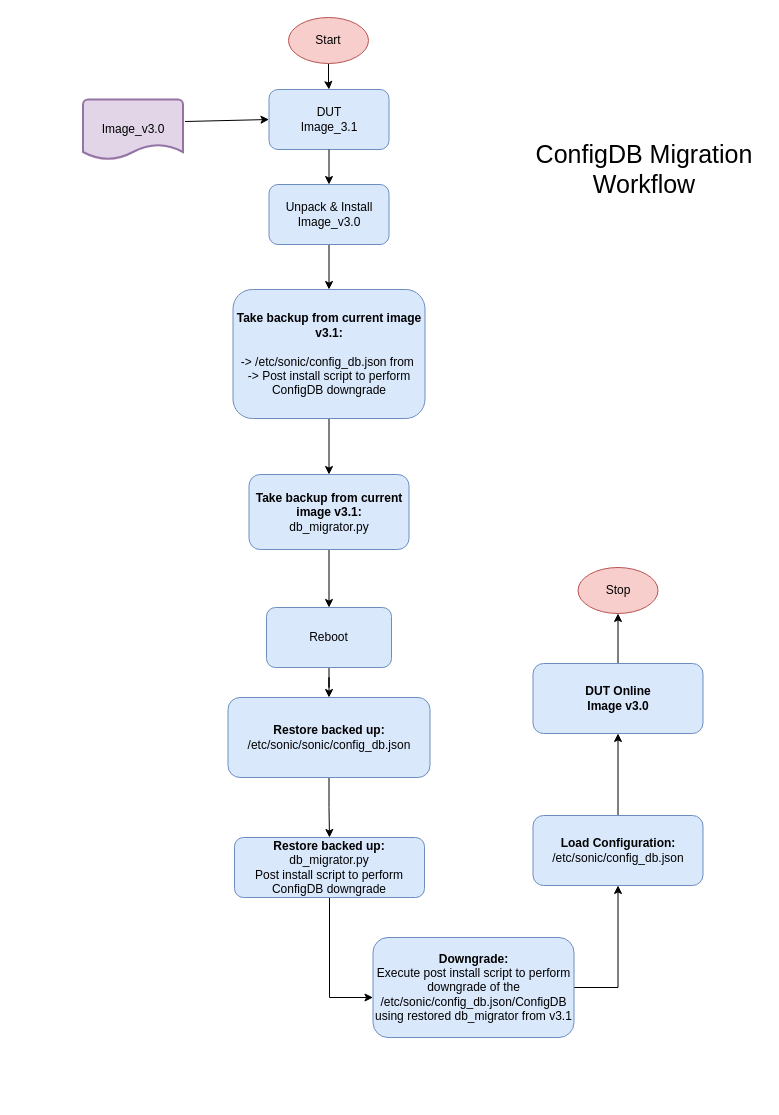
This is manageability/images/ConfigDB_VersionMigration.drawio from sg893052/sonic-buildimage, a draw.io file, before an edit. Source tidied: cells renumbered, new cells numbered last; positions are measured from the earlier drawing's top-left corner, leaving out a move shared by most shapes. Both pictures are drawn from the tidied source at 100%, with x=0, y=0 at pixel (83, 17).
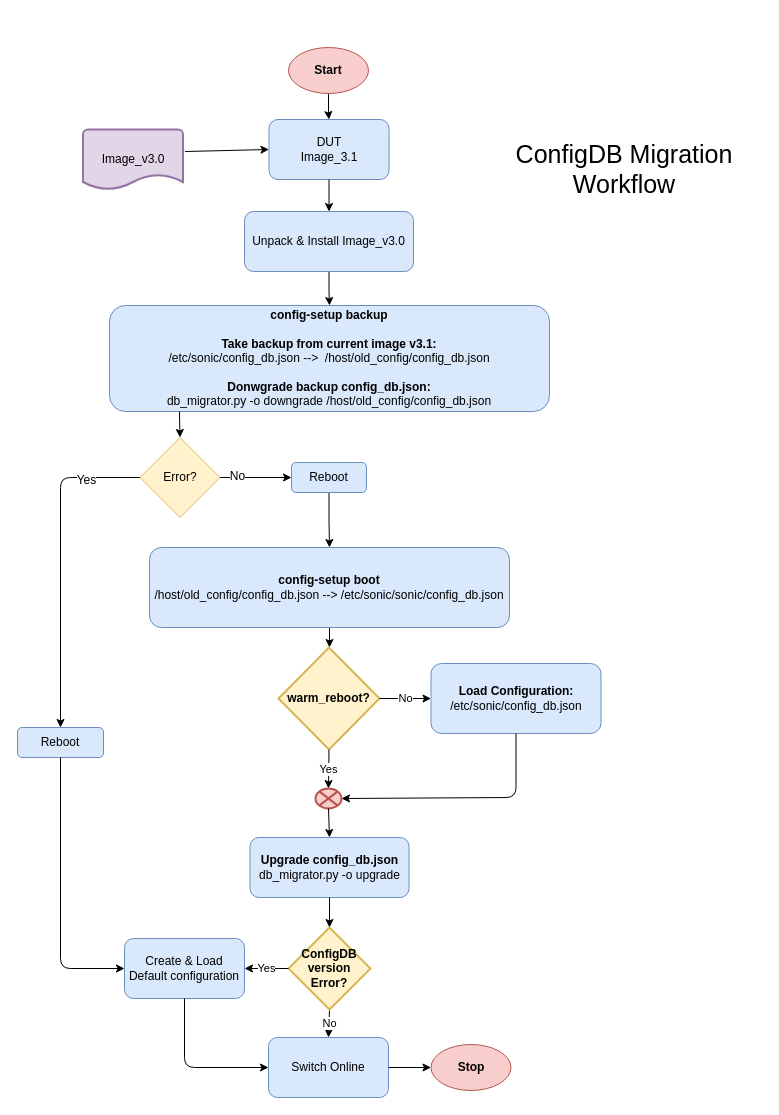
Above is the later version.

Diff of the diagram source:
```diff
@@
     <mxCell id="2" value="DUT&lt;br&gt;Image_3.1" style="rounded=1;whiteSpace=wrap;html=1;fillColor=#dae8fc;strokeColor=#6c8ebf;" parent="1" vertex="1">
-      <mxGeometry x="185.5" y="72" width="120" height="60" as="geometry" />
+      <mxGeometry x="185.5" y="102" width="120" height="60" as="geometry" />
     </mxCell>
@@
     <mxCell id="4" value="Image_v3.0" style="strokeWidth=2;html=1;shape=mxgraph.flowchart.document2;whiteSpace=wrap;size=0.25;fillColor=#e1d5e7;strokeColor=#9673a6;" parent="1" vertex="1">
-      <mxGeometry x="-0.5" y="82" width="100" height="60" as="geometry" />
+      <mxGeometry x="-0.5" y="112" width="100" height="60" as="geometry" />
     </mxCell>
@@
     <mxCell id="7" value="Unpack &amp;amp; Install Image_v3.0" style="rounded=1;whiteSpace=wrap;html=1;fillColor=#dae8fc;strokeColor=#6c8ebf;" parent="1" vertex="1">
-      <mxGeometry x="185.5" y="167" width="120" height="60" as="geometry" />
+      <mxGeometry x="161" y="194" width="169" height="60" as="geometry" />
     </mxCell>
-    <mxCell id="8" style="edgeStyle=orthogonalEdgeStyle;rounded=0;jettySize=auto;html=1;entryX=0.5;entryY=0;entryDx=0;entryDy=0;" parent="1" edge="1" source="9" target="23">
-      <mxGeometry relative="1" as="geometry" />
-    </mxCell>
-    <mxCell id="9" value="&lt;b&gt;Take backup from current image v3.1:&lt;br&gt;&lt;/b&gt;&lt;br&gt;-&amp;gt; /etc/sonic/config_db.json from&amp;nbsp;&lt;br&gt;-&amp;gt; Post install script to perform ConfigDB downgrade" style="rounded=1;whiteSpace=wrap;html=1;fillColor=#dae8fc;strokeColor=#6c8ebf;" parent="1" vertex="1">
-      <mxGeometry x="149.5" y="272" width="192" height="129" as="geometry" />
+    <mxCell id="9" value="&lt;b&gt;config-setup backup&lt;br&gt;&lt;br&gt;Take backup from current image v3.1:&lt;br&gt;&lt;/b&gt;/etc/sonic/config_db.json --&amp;gt;&amp;nbsp;&amp;nbsp;/host/old_config/config_db.json&lt;br&gt;&lt;br&gt;&lt;b&gt;Donwgrade backup config_db.json:&lt;/b&gt;&lt;br&gt;db_migrator.py -o downgrade /host/old_config/config_db.json" style="rounded=1;whiteSpace=wrap;html=1;fillColor=#dae8fc;strokeColor=#6c8ebf;" parent="1" vertex="1">
+      <mxGeometry x="26" y="288" width="440" height="106" as="geometry" />
     </mxCell>
@@
     <mxCell id="11" value="Reboot" style="rounded=1;whiteSpace=wrap;html=1;fillColor=#dae8fc;strokeColor=#6c8ebf;" parent="1" vertex="1">
-      <mxGeometry x="183" y="590" width="125" height="60" as="geometry" />
+      <mxGeometry x="208" y="445" width="75" height="30" as="geometry" />
     </mxCell>
-    <mxCell id="12" style="edgeStyle=orthogonalEdgeStyle;rounded=0;jettySize=auto;html=1;exitX=0.5;exitY=1;exitDx=0;exitDy=0;entryX=0;entryY=0.6;entryDx=0;entryDy=0;entryPerimeter=0;" parent="1" edge="1" source="21" target="16">
-      <mxGeometry relative="1" as="geometry" />
-    </mxCell>
-    <mxCell id="13" style="edgeStyle=orthogonalEdgeStyle;rounded=0;jettySize=auto;html=1;entryX=0.5;entryY=0;entryDx=0;entryDy=0;" parent="1" edge="1" source="14" target="21">
+    <mxCell id="13" style="edgeStyle=orthogonalEdgeStyle;rounded=0;jettySize=auto;html=1;entryX=0.5;entryY=0;entryDx=0;entryDy=0;" parent="1" edge="1" source="14" target="28">
       <mxGeometry relative="1" as="geometry" />
     </mxCell>
-    <mxCell id="14" value="&lt;b&gt;Restore backed up:&lt;/b&gt;&lt;br&gt;/etc/sonic/sonic/config_db.json" style="rounded=1;whiteSpace=wrap;html=1;fillColor=#dae8fc;strokeColor=#6c8ebf;" parent="1" vertex="1">
-      <mxGeometry x="144.5" y="680" width="202" height="80" as="geometry" />
+    <mxCell id="14" value="&lt;b&gt;config-setup&amp;nbsp;boot&lt;/b&gt;&lt;br&gt;/host/old_config/config_db.json --&amp;gt; /etc/sonic/sonic/config_db.json" style="rounded=1;whiteSpace=wrap;html=1;fillColor=#dae8fc;strokeColor=#6c8ebf;" parent="1" vertex="1">
+      <mxGeometry x="66" y="530" width="360" height="80" as="geometry" />
     </mxCell>
-    <mxCell id="15" style="edgeStyle=orthogonalEdgeStyle;rounded=0;jettySize=auto;html=1;exitX=1;exitY=0.5;exitDx=0;exitDy=0;" parent="1" edge="1" source="16" target="18">
-      <mxGeometry relative="1" as="geometry" />
-    </mxCell>
-    <mxCell id="16" value="&lt;b&gt;Downgrade:&lt;/b&gt;&lt;br&gt;Execute post install script to perform downgrade of the /etc/sonic/config_db.json/ConfigDB using restored db_migrator from v3.1" style="rounded=1;whiteSpace=wrap;html=1;fillColor=#dae8fc;strokeColor=#6c8ebf;" parent="1" vertex="1">
-      <mxGeometry x="289.5" y="920" width="201" height="100" as="geometry" />
-    </mxCell>
-    <mxCell id="17" style="edgeStyle=orthogonalEdgeStyle;rounded=0;jettySize=auto;html=1;" parent="1" edge="1" source="18" target="20">
-      <mxGeometry relative="1" as="geometry" />
-    </mxCell>
     <mxCell id="18" value="&lt;b&gt;Load Configuration:&lt;/b&gt;&lt;br&gt;/etc/sonic/config_db.json" style="rounded=1;whiteSpace=wrap;html=1;fillColor=#dae8fc;strokeColor=#6c8ebf;" parent="1" vertex="1">
-      <mxGeometry x="449.5" y="798" width="170" height="70" as="geometry" />
+      <mxGeometry x="347.5" y="646" width="170" height="70" as="geometry" />
     </mxCell>
-    <mxCell id="19" style="edgeStyle=orthogonalEdgeStyle;rounded=0;jettySize=auto;html=1;" parent="1" edge="1" source="20" target="24">
-      <mxGeometry relative="1" as="geometry" />
-    </mxCell>
-    <mxCell id="20" value="&lt;b&gt;DUT Online&lt;br&gt;Image v3.0&lt;br&gt;&lt;/b&gt;" style="rounded=1;whiteSpace=wrap;html=1;fillColor=#dae8fc;strokeColor=#6c8ebf;" parent="1" vertex="1">
-      <mxGeometry x="449.5" y="646" width="170" height="70" as="geometry" />
-    </mxCell>
-    <mxCell id="21" value="&lt;b&gt;Restore backed up:&lt;/b&gt;&lt;br&gt;db_migrator.py&lt;br&gt;Post install script to perform ConfigDB downgrade" style="rounded=1;whiteSpace=wrap;html=1;fillColor=#dae8fc;strokeColor=#6c8ebf;" parent="1" vertex="1">
-      <mxGeometry x="151" y="820" width="190" height="60" as="geometry" />
-    </mxCell>
-    <mxCell id="22" style="edgeStyle=orthogonalEdgeStyle;rounded=0;jettySize=auto;html=1;entryX=0.5;entryY=0;entryDx=0;entryDy=0;" parent="1" edge="1" source="23" target="11">
-      <mxGeometry relative="1" as="geometry" />
-    </mxCell>
-    <mxCell id="23" value="&lt;b&gt;Take backup from current image v3.1:&lt;br&gt;&lt;/b&gt;db_migrator.py" style="rounded=1;whiteSpace=wrap;html=1;fillColor=#dae8fc;strokeColor=#6c8ebf;" parent="1" vertex="1">
-      <mxGeometry x="165.5" y="457" width="160" height="75" as="geometry" />
-    </mxCell>
-    <mxCell id="24" value="Stop" style="ellipse;whiteSpace=wrap;html=1;fillColor=#f8cecc;strokeColor=#b85450;" parent="1" vertex="1">
-      <mxGeometry x="494.5" y="550" width="80" height="46" as="geometry" />
-    </mxCell>
@@
-    <mxCell id="26" value="Start" style="ellipse;whiteSpace=wrap;html=1;fillColor=#f8cecc;strokeColor=#b85450;" parent="1" vertex="1">
-      <mxGeometry x="205" width="80" height="46" as="geometry" />
+    <mxCell id="26" value="&lt;b&gt;Start&lt;/b&gt;" style="ellipse;whiteSpace=wrap;html=1;fillColor=#f8cecc;strokeColor=#b85450;" parent="1" vertex="1">
+      <mxGeometry x="205" y="30" width="80" height="46" as="geometry" />
     </mxCell>
     <mxCell id="27" value="&lt;font style=&quot;font-size: 25px&quot;&gt;ConfigDB Migration Workflow&lt;/font&gt;" style="text;html=1;strokeColor=none;fillColor=none;align=center;verticalAlign=middle;whiteSpace=wrap;rounded=0;" parent="1" vertex="1">
-      <mxGeometry x="444" y="102" width="234" height="98" as="geometry" />
+      <mxGeometry x="424" y="102" width="234" height="98" as="geometry" />
     </mxCell>
+    <mxCell id="28" value="&lt;b&gt;warm_reboot?&lt;/b&gt;" style="rhombus;whiteSpace=wrap;html=1;fillColor=#fff2cc;strokeColor=#d6b656;gradientColor=none;strokeWidth=2;" parent="1" vertex="1">
+      <mxGeometry x="195" y="630" width="101" height="102" as="geometry" />
+    </mxCell>
+    <mxCell id="29" value="Yes" style="endArrow=classic;html=1;exitX=0.5;exitY=1;exitDx=0;exitDy=0;entryX=0.5;entryY=0;entryDx=0;entryDy=0;entryPerimeter=0;" parent="1" edge="1" source="28" target="32">
+      <mxGeometry relative="1" as="geometry" />
+    </mxCell>
+    <mxCell id="30" value="No" style="endArrow=classic;html=1;exitX=1;exitY=0.5;exitDx=0;exitDy=0;entryX=0;entryY=0.5;entryDx=0;entryDy=0;" parent="1" edge="1" source="28" target="18">
+      <mxGeometry relative="1" as="geometry" />
+    </mxCell>
+    <mxCell id="31" value="&lt;b&gt;Upgrade config_db.json&lt;/b&gt;&lt;br&gt;db_migrator.py -o upgrade&lt;br&gt;" style="rounded=1;whiteSpace=wrap;html=1;fillColor=#dae8fc;strokeColor=#6c8ebf;" parent="1" vertex="1">
+      <mxGeometry x="166.5" y="820" width="159" height="60" as="geometry" />
+    </mxCell>
+    <mxCell id="32" style="verticalLabelPosition=bottom;verticalAlign=top;html=1;strokeWidth=2;shape=mxgraph.flowchart.or;fillColor=#f8cecc;strokeColor=#b85450;" parent="1" vertex="1">
+      <mxGeometry x="232" y="771" width="26" height="20" as="geometry" />
+    </mxCell>
+    <mxCell id="33" style="edgeStyle=segmentEdgeStyle;endArrow=classic;html=1;entryX=1;entryY=0.5;entryDx=0;entryDy=0;entryPerimeter=0;exitX=0.5;exitY=1;exitDx=0;exitDy=0;" parent="1" edge="1" source="18" target="32">
+      <mxGeometry relative="1" as="geometry">
+        <Array as="points">
+          <mxPoint x="433" y="780" />
+        </Array>
+      </mxGeometry>
+    </mxCell>
+    <mxCell id="34" style="endArrow=classic;html=1;exitX=0.5;exitY=1;exitDx=0;exitDy=0;exitPerimeter=0;entryX=0.5;entryY=0;entryDx=0;entryDy=0;" parent="1" edge="1" source="32" target="31">
+      <mxGeometry relative="1" as="geometry" />
+    </mxCell>
+    <mxCell id="35" value="No" style="endArrow=classic;html=1;entryX=0.5;entryY=0;entryDx=0;entryDy=0;exitX=0.5;exitY=1;exitDx=0;exitDy=0;" parent="1" edge="1" source="36" target="40">
+      <mxGeometry relative="1" as="geometry" />
+    </mxCell>
+    <mxCell id="36" value="&lt;b&gt;ConfigDB version Error?&lt;/b&gt;" style="rhombus;whiteSpace=wrap;html=1;fillColor=#fff2cc;strokeColor=#d6b656;gradientColor=none;strokeWidth=2;" parent="1" vertex="1">
+      <mxGeometry x="205" y="910" width="82" height="82" as="geometry" />
+    </mxCell>
+    <mxCell id="37" style="endArrow=classic;html=1;exitX=0.5;exitY=1;exitDx=0;exitDy=0;entryX=0.5;entryY=0;entryDx=0;entryDy=0;" parent="1" edge="1" source="31" target="36">
+      <mxGeometry relative="1" as="geometry" />
+    </mxCell>
+    <mxCell id="38" value="Create &amp;amp; Load Default configuration" style="rounded=1;whiteSpace=wrap;html=1;fillColor=#dae8fc;strokeColor=#6c8ebf;" parent="1" vertex="1">
+      <mxGeometry x="41" y="921" width="120" height="60" as="geometry" />
+    </mxCell>
+    <mxCell id="39" value="Yes" style="endArrow=classic;html=1;exitX=0;exitY=0.5;exitDx=0;exitDy=0;entryX=1;entryY=0.5;entryDx=0;entryDy=0;" parent="1" edge="1" source="36" target="38">
+      <mxGeometry relative="1" as="geometry" />
+    </mxCell>
+    <mxCell id="24" value="&lt;b&gt;Stop&lt;/b&gt;" style="ellipse;whiteSpace=wrap;html=1;fillColor=#f8cecc;strokeColor=#b85450;" parent="1" vertex="1">
+      <mxGeometry x="347.5" y="1027" width="80" height="46" as="geometry" />
+    </mxCell>
+    <mxCell id="40" value="Switch Online" style="rounded=1;whiteSpace=wrap;html=1;fillColor=#dae8fc;strokeColor=#6c8ebf;" parent="1" vertex="1">
+      <mxGeometry x="185" y="1020" width="120" height="60" as="geometry" />
+    </mxCell>
+    <mxCell id="41" style="edgeStyle=segmentEdgeStyle;endArrow=classic;html=1;entryX=0;entryY=0.5;entryDx=0;entryDy=0;exitX=0.5;exitY=1;exitDx=0;exitDy=0;" parent="1" edge="1" source="38" target="40">
+      <mxGeometry relative="1" as="geometry">
+        <Array as="points">
+          <mxPoint x="101" y="1050" />
+        </Array>
+      </mxGeometry>
+    </mxCell>
+    <mxCell id="42" style="endArrow=classic;html=1;exitX=1;exitY=0.5;exitDx=0;exitDy=0;entryX=0;entryY=0.5;entryDx=0;entryDy=0;" parent="1" edge="1" source="40" target="24">
+      <mxGeometry relative="1" as="geometry" />
+    </mxCell>
+    <mxCell id="43" value="Error?" style="rhombus;whiteSpace=wrap;html=1;fillColor=#fff2cc;strokeColor=#d6b656;" parent="1" vertex="1">
+      <mxGeometry x="56.5" y="420" width="80" height="80" as="geometry" />
+    </mxCell>
+    <mxCell id="44" style="endArrow=classic;html=1;exitX=0.159;exitY=1;exitDx=0;exitDy=0;exitPerimeter=0;entryX=0.5;entryY=0;entryDx=0;entryDy=0;" parent="1" edge="1" source="9" target="43">
+      <mxGeometry relative="1" as="geometry" />
+    </mxCell>
+    <mxCell id="45" style="endArrow=classic;html=1;exitX=1;exitY=0.5;exitDx=0;exitDy=0;entryX=0;entryY=0.5;entryDx=0;entryDy=0;" parent="1" edge="1" source="43" target="11">
+      <mxGeometry relative="1" as="geometry" />
+    </mxCell>
+    <mxCell id="46" value="No" style="text;html=1;align=center;verticalAlign=middle;labelBackgroundColor=#ffffff;" parent="45" vertex="1">
+      <mxGeometry x="-0.55" y="2" relative="1" as="geometry">
+        <mxPoint x="1" as="offset" />
+      </mxGeometry>
+    </mxCell>
+    <mxCell id="47" value="Reboot" style="rounded=1;whiteSpace=wrap;html=1;fillColor=#dae8fc;strokeColor=#6c8ebf;" parent="1" vertex="1">
+      <mxGeometry x="-66" y="710" width="86" height="30" as="geometry" />
+    </mxCell>
+    <mxCell id="48" style="edgeStyle=segmentEdgeStyle;endArrow=classic;html=1;entryX=0.5;entryY=0;entryDx=0;entryDy=0;exitX=0;exitY=0.5;exitDx=0;exitDy=0;" parent="1" edge="1" source="43" target="47">
+      <mxGeometry relative="1" as="geometry" />
+    </mxCell>
+    <mxCell id="49" value="Yes" style="text;html=1;align=center;verticalAlign=middle;labelBackgroundColor=#ffffff;" parent="48" vertex="1">
+      <mxGeometry x="-0.67" y="2" relative="1" as="geometry" />
+    </mxCell>
+    <mxCell id="50" style="edgeStyle=segmentEdgeStyle;endArrow=classic;html=1;entryX=0;entryY=0.5;entryDx=0;entryDy=0;exitX=0.5;exitY=1;exitDx=0;exitDy=0;" parent="1" edge="1" source="47" target="38">
+      <mxGeometry relative="1" as="geometry">
+        <Array as="points">
+          <mxPoint x="-23" y="951" />
+        </Array>
+      </mxGeometry>
+    </mxCell>
```
